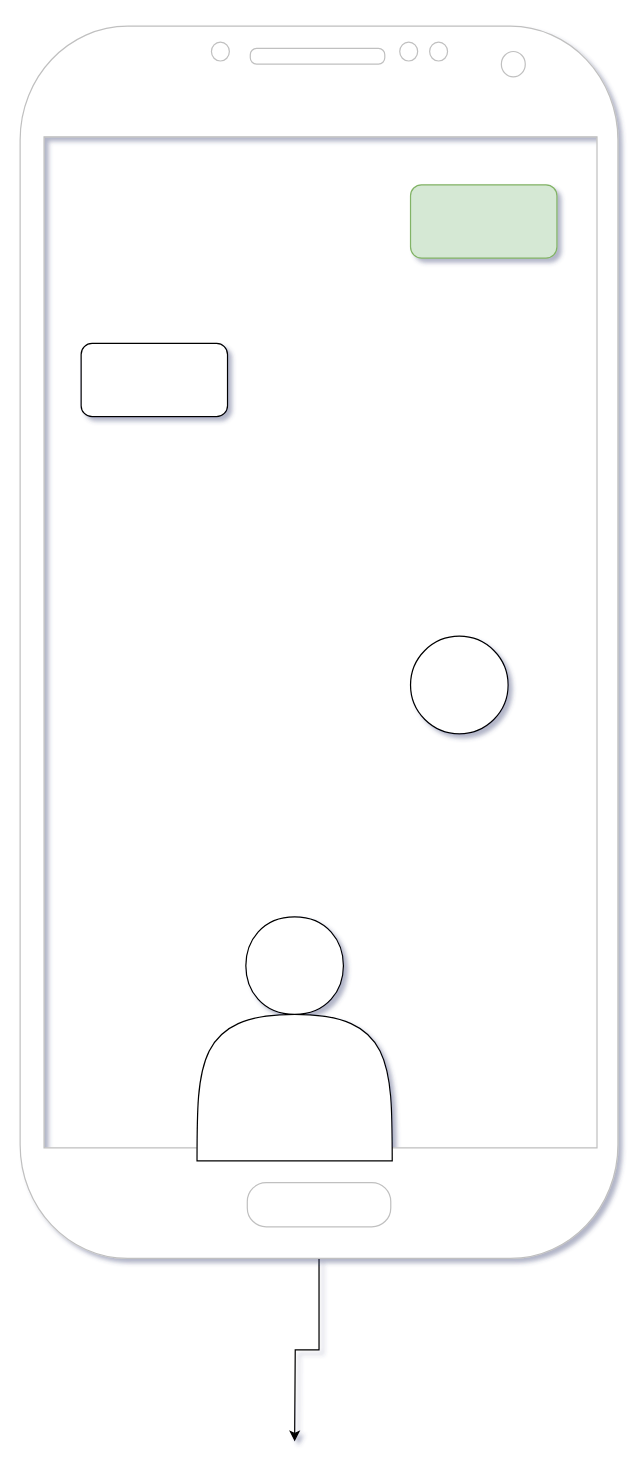
Earlier version of the draw.io diagram Wireframe-Animal-Shelter.drawio (tinalr/Animal-Shelter). Source tidied: cells renumbered, new cells numbered last; positions are measured from the earlier drawing's top-left corner, leaving out a move shared by most shapes. Both pictures are drawn from the tidied source at 122%, with x=0, y=0 at pixel (20, 26).
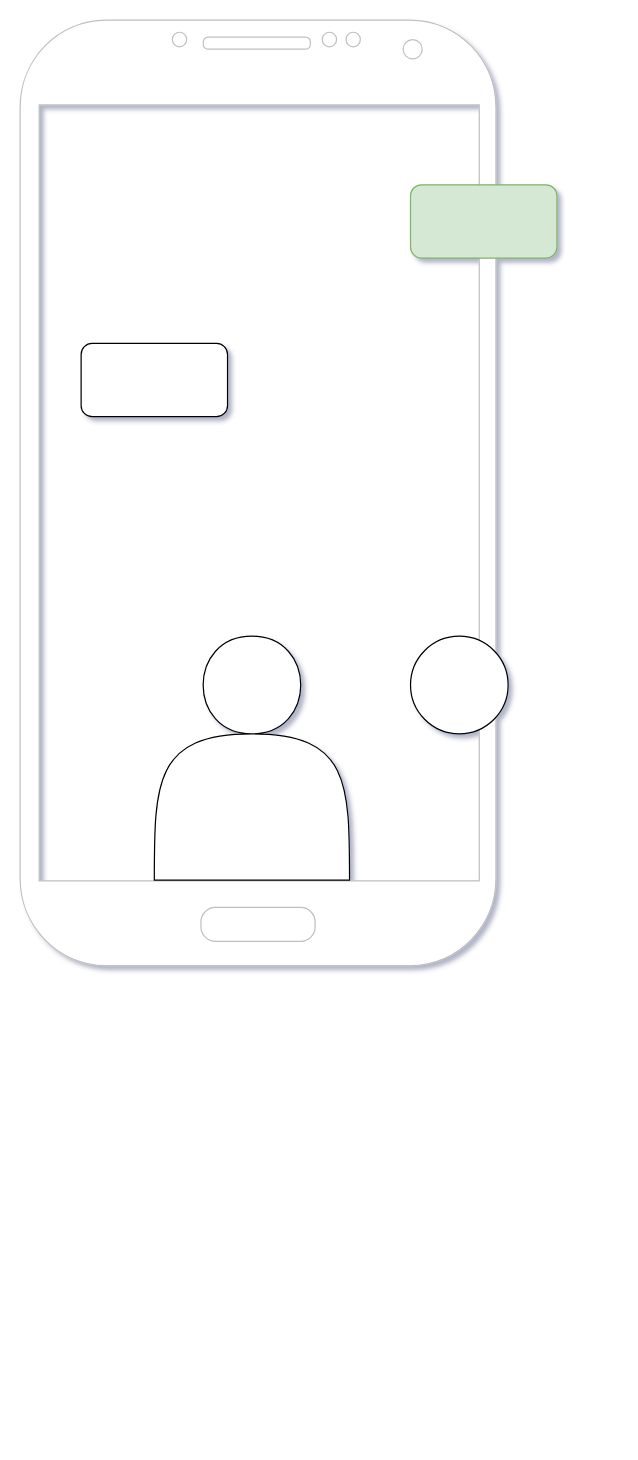
The same diagram, later.

Change to the diagram source:
```diff
@@
 <mxGraphModel shadow="1">
   <root>
     <mxCell id="0" />
     <mxCell id="1" parent="0" />
-    <mxCell id="2" style="edgeStyle=orthogonalEdgeStyle;rounded=0;jettySize=auto;html=1;" parent="1" edge="1" source="3">
-      <mxGeometry relative="1" as="geometry">
-        <mxPoint x="225" y="1160" as="targetPoint" />
-      </mxGeometry>
-    </mxCell>
     <mxCell id="3" style="verticalLabelPosition=bottom;verticalAlign=top;html=1;shadow=0;dashed=0;strokeWidth=1;shape=mxgraph.android.phone2;strokeColor=#c0c0c0;" parent="1" vertex="1">
-      <mxGeometry width="490" height="1010" as="geometry" />
+      <mxGeometry y="-5" width="390" height="775" as="geometry" />
     </mxCell>
     <mxCell id="4" style="shape=actor;whiteSpace=wrap;html=1;" parent="1" vertex="1">
-      <mxGeometry x="145" y="730" width="160" height="200" as="geometry" />
+      <mxGeometry x="110" y="500" width="160" height="200" as="geometry" />
     </mxCell>
     <mxCell id="5" style="rounded=1;whiteSpace=wrap;html=1;fillColor=#d5e8d4;strokeColor=#82b366;" parent="1" vertex="1">
       <mxGeometry x="320" y="130" width="120" height="60" as="geometry" />
     </mxCell>
     <mxCell id="6" style="ellipse;whiteSpace=wrap;html=1;" parent="1" vertex="1">
       <mxGeometry x="320" y="500" width="80" height="80" as="geometry" />
     </mxCell>
     <mxCell id="7" style="rounded=1;whiteSpace=wrap;html=1;" parent="1" vertex="1">
       <mxGeometry x="50" y="260" width="120" height="60" as="geometry" />
     </mxCell>
   </root>
 </mxGraphModel>
```
